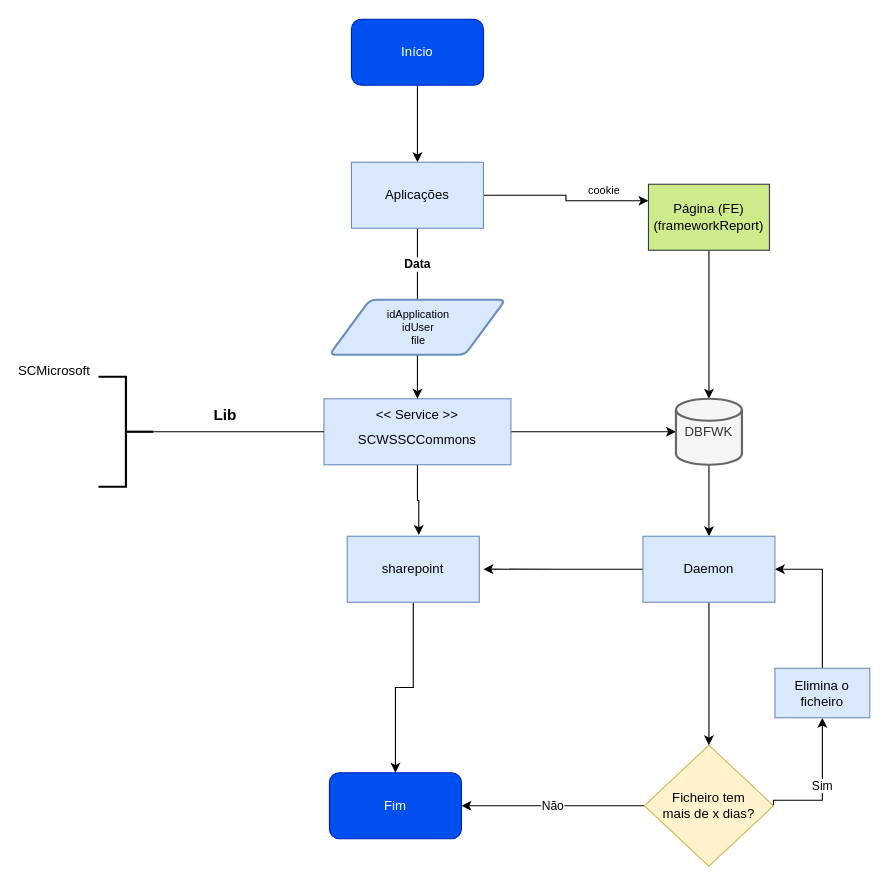
Before: page "Processo Daemon" (3 of 3) of Diagrama sem nome.drawio in deviniciuss/AndroidHistory, a draw.io diagram. Source tidied: cells renumbered, new cells numbered last; positions are measured from the earlier drawing's top-left corner, leaving out a move shared by most shapes. Both pictures are drawn from the tidied source at 110%, with x=0, y=0 at pixel (21, 19).
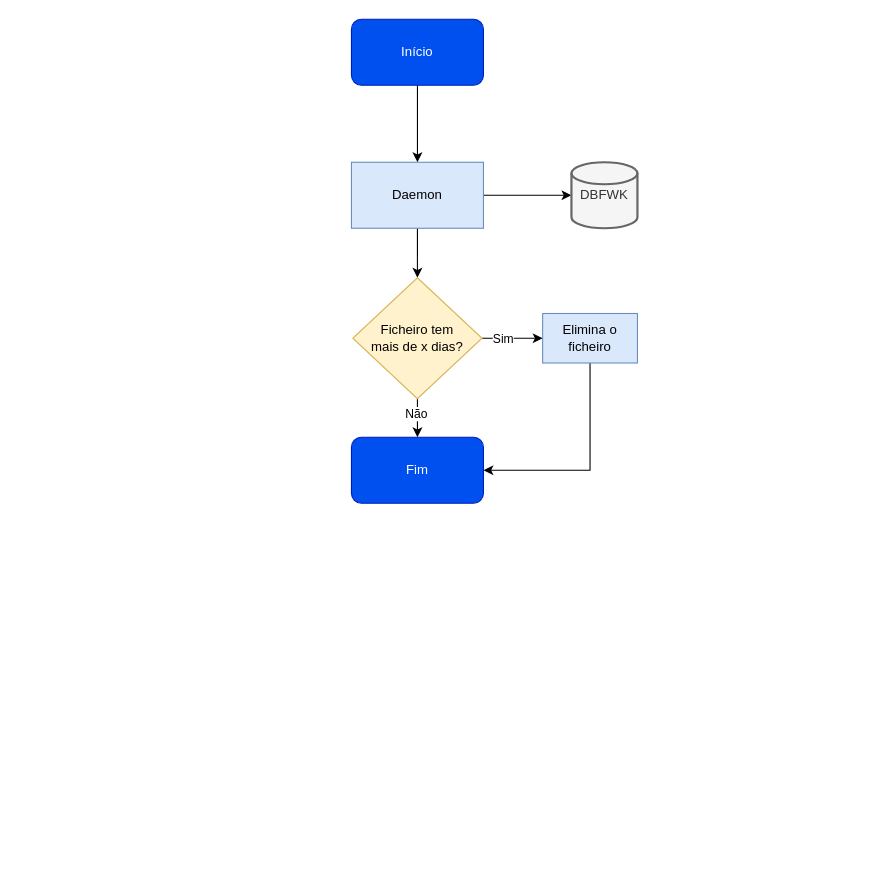
The same diagram, later.

The edit, as a diff of the source:
```diff
@@
-    <mxCell id="4" style="edgeStyle=orthogonalEdgeStyle;rounded=0;jettySize=auto;html=1;exitX=1;exitY=0.5;exitDx=0;exitDy=0;entryX=0;entryY=0.25;entryDx=0;entryDy=0;" parent="1" edge="1" source="6" target="14">
-      <mxGeometry relative="1" as="geometry" />
-    </mxCell>
-    <mxCell id="5" value="&lt;b&gt;Data&lt;/b&gt;" style="edgeStyle=orthogonalEdgeStyle;rounded=0;jettySize=auto;html=1;exitX=0.5;exitY=1;exitDx=0;exitDy=0;entryX=0.5;entryY=0;entryDx=0;entryDy=0;endArrow=none;endFill=0;" parent="1" edge="1" source="6" target="11">
-      <mxGeometry relative="1" as="geometry" />
-    </mxCell>
+    <mxCell id="34" style="edgeStyle=orthogonalEdgeStyle;rounded=0;jettySize=auto;html=1;exitX=0.5;exitY=1;exitDx=0;exitDy=0;entryX=0.5;entryY=0;entryDx=0;entryDy=0;" parent="1" edge="1" source="6" target="25">
+      <mxGeometry relative="1" as="geometry" />
+    </mxCell>
+    <mxCell id="35" style="edgeStyle=orthogonalEdgeStyle;rounded=0;jettySize=auto;html=1;exitX=1;exitY=0.5;exitDx=0;exitDy=0;entryX=0;entryY=0.5;entryDx=0;entryDy=0;entryPerimeter=0;" parent="1" edge="1" source="6" target="18">
+      <mxGeometry relative="1" as="geometry" />
+    </mxCell>
-    <mxCell id="6" value="Aplicações&lt;br&gt;" style="rounded=0;whiteSpace=wrap;html=1;fillColor=#dae8fc;strokeColor=#6c8ebf;" parent="1" vertex="1">
+    <mxCell id="6" value="Daemon" style="rounded=0;whiteSpace=wrap;html=1;fillColor=#dae8fc;strokeColor=#6c8ebf;" parent="1" vertex="1">
       <mxGeometry x="300" y="130" width="120" height="60" as="geometry" />
     </mxCell>
-    <mxCell id="7" style="edgeStyle=orthogonalEdgeStyle;rounded=0;jettySize=auto;html=1;exitX=0.5;exitY=1;exitDx=0;exitDy=0;entryX=0.542;entryY=-0.019;entryDx=0;entryDy=0;entryPerimeter=0;" parent="1" edge="1" source="9" target="33">
-      <mxGeometry relative="1" as="geometry" />
-    </mxCell>
-    <mxCell id="8" style="edgeStyle=orthogonalEdgeStyle;rounded=0;jettySize=auto;html=1;exitX=1;exitY=0.5;exitDx=0;exitDy=0;entryX=0;entryY=0.5;entryDx=0;entryDy=0;entryPerimeter=0;" parent="1" edge="1" source="9" target="18">
-      <mxGeometry relative="1" as="geometry" />
-    </mxCell>
-    <mxCell id="9" value="&lt;br&gt;SCWSSCCommons&lt;br&gt;" style="rounded=0;whiteSpace=wrap;html=1;fillColor=#dae8fc;strokeColor=#6c8ebf;" parent="1" vertex="1">
-      <mxGeometry x="275" y="345" width="170" height="60" as="geometry" />
-    </mxCell>
-    <mxCell id="10" style="edgeStyle=orthogonalEdgeStyle;rounded=0;jettySize=auto;html=1;exitX=0.5;exitY=1;exitDx=0;exitDy=0;entryX=0.5;entryY=0;entryDx=0;entryDy=0;" parent="1" edge="1" source="11" target="12">
-      <mxGeometry relative="1" as="geometry" />
-    </mxCell>
-    <mxCell id="11" style="shape=parallelogram;html=1;strokeWidth=2;perimeter=parallelogramPerimeter;whiteSpace=wrap;rounded=1;arcSize=12;size=0.23;fillColor=#dae8fc;strokeColor=#6c8ebf;" parent="1" vertex="1">
-      <mxGeometry x="280" y="255" width="160" height="50" as="geometry" />
-    </mxCell>
-    <mxCell id="12" value="&amp;lt;&amp;lt; Service &amp;gt;&amp;gt;" style="text;html=1;strokeColor=none;fillColor=none;align=center;verticalAlign=middle;whiteSpace=wrap;rounded=0;" parent="1" vertex="1">
-      <mxGeometry x="320" y="345" width="80" height="30" as="geometry" />
-    </mxCell>
-    <mxCell id="13" style="edgeStyle=orthogonalEdgeStyle;rounded=0;jettySize=auto;html=1;entryX=0.5;entryY=0;entryDx=0;entryDy=0;entryPerimeter=0;" parent="1" edge="1" source="14" target="18">
-      <mxGeometry relative="1" as="geometry" />
-    </mxCell>
-    <mxCell id="14" value="Página (FE)&lt;br&gt;(frameworkReport)" style="rounded=0;whiteSpace=wrap;html=1;fillColor=#cdeb8b;strokeColor=#36393d;" parent="1" vertex="1">
-      <mxGeometry x="570" y="150" width="110" height="60" as="geometry" />
-    </mxCell>
-    <mxCell id="15" value="idApplication&lt;br style=&quot;font-size: 10px;&quot;&gt;idUser&lt;br style=&quot;font-size: 10px;&quot;&gt;file&lt;br&gt;" style="text;html=1;align=center;verticalAlign=middle;whiteSpace=wrap;rounded=0;fontSize=10;" parent="1" vertex="1">
-      <mxGeometry x="296.2" y="265" width="130" height="30" as="geometry" />
-    </mxCell>
-    <mxCell id="16" value="&lt;font style=&quot;font-size: 10px;&quot;&gt;cookie&lt;/font&gt;" style="text;html=1;strokeColor=none;fillColor=none;align=center;verticalAlign=middle;whiteSpace=wrap;rounded=0;" parent="1" vertex="1">
-      <mxGeometry x="500" y="140" width="60" height="30" as="geometry" />
-    </mxCell>
-    <mxCell id="17" style="edgeStyle=orthogonalEdgeStyle;rounded=0;jettySize=auto;html=1;" parent="1" edge="1" source="18" target="31">
-      <mxGeometry relative="1" as="geometry" />
-    </mxCell>
     <mxCell id="18" value="DBFWK" style="strokeWidth=2;html=1;shape=mxgraph.flowchart.database;whiteSpace=wrap;fillColor=#f5f5f5;fontColor=#333333;strokeColor=#666666;" parent="1" vertex="1">
-      <mxGeometry x="595" y="345" width="60" height="60" as="geometry" />
+      <mxGeometry x="500" y="130" width="60" height="60" as="geometry" />
     </mxCell>
-    <mxCell id="19" style="edgeStyle=orthogonalEdgeStyle;rounded=0;jettySize=auto;html=1;exitX=0;exitY=0.5;exitDx=0;exitDy=0;exitPerimeter=0;endArrow=none;endFill=0;entryX=0;entryY=0.5;entryDx=0;entryDy=0;" parent="1" edge="1" source="20" target="9">
-      <mxGeometry relative="1" as="geometry">
-        <Array as="points">
-          <mxPoint x="120" y="375" />
-        </Array>
-      </mxGeometry>
-    </mxCell>
-    <mxCell id="20" style="strokeWidth=2;html=1;shape=mxgraph.flowchart.annotation_2;align=left;labelPosition=right;direction=west;" parent="1" vertex="1">
-      <mxGeometry x="70" y="325" width="50" height="100" as="geometry" />
-    </mxCell>
-    <mxCell id="21" value="&lt;h1 style=&quot;font-size: 14px;&quot;&gt;&lt;font style=&quot;font-size: 14px;&quot;&gt;Lib&lt;/font&gt;&lt;/h1&gt;" style="text;html=1;strokeColor=none;fillColor=none;spacing=5;spacingTop=-20;whiteSpace=wrap;overflow=hidden;rounded=0;fontSize=14;" parent="1" vertex="1">
-      <mxGeometry x="170" y="352.5" width="40" height="15" as="geometry" />
-    </mxCell>
-    <mxCell id="22" value="SCMicrosoft" style="text;html=1;strokeColor=none;fillColor=none;align=center;verticalAlign=middle;whiteSpace=wrap;rounded=0;" parent="1" vertex="1">
-      <mxGeometry y="305" width="60" height="30" as="geometry" />
-    </mxCell>
+    <mxCell id="28" value="Fim&lt;br&gt;" style="rounded=1;whiteSpace=wrap;html=1;fillColor=#0050ef;fontColor=#ffffff;strokeColor=#001DBC;" parent="1" vertex="1">
+      <mxGeometry x="300" y="380" width="120" height="60" as="geometry" />
+    </mxCell>
+    <mxCell id="36" style="edgeStyle=orthogonalEdgeStyle;rounded=0;jettySize=auto;html=1;exitX=1;exitY=0.5;exitDx=0;exitDy=0;entryX=0;entryY=0.5;entryDx=0;entryDy=0;" parent="1" edge="1" source="25" target="27">
+      <mxGeometry relative="1" as="geometry" />
+    </mxCell>
-    <mxCell id="23" value="Sim" style="edgeStyle=orthogonalEdgeStyle;rounded=0;jettySize=auto;html=1;exitX=1;exitY=0.5;exitDx=0;exitDy=0;entryX=0.5;entryY=1;entryDx=0;entryDy=0;" parent="1" edge="1" source="25" target="27">
-      <mxGeometry relative="1" as="geometry">
-        <Array as="points">
-          <mxPoint x="684" y="710" />
-          <mxPoint x="728" y="710" />
-        </Array>
-      </mxGeometry>
+    <mxCell id="23" value="Sim" style="edgeLabel;html=1;align=center;verticalAlign=middle;" parent="36" vertex="1">
+      <mxGeometry x="-0.3" relative="1" as="geometry" />
     </mxCell>
+    <mxCell id="37" style="edgeStyle=orthogonalEdgeStyle;rounded=0;jettySize=auto;html=1;exitX=0.5;exitY=1;exitDx=0;exitDy=0;entryX=0.5;entryY=0;entryDx=0;entryDy=0;" parent="1" edge="1" source="25" target="28">
+      <mxGeometry relative="1" as="geometry" />
+    </mxCell>
-    <mxCell id="24" value="Não" style="edgeStyle=orthogonalEdgeStyle;rounded=0;jettySize=auto;html=1;exitX=0;exitY=0.5;exitDx=0;exitDy=0;entryX=1;entryY=0.5;entryDx=0;entryDy=0;" parent="1" edge="1" source="25" target="28">
-      <mxGeometry relative="1" as="geometry" />
+    <mxCell id="24" value="Não" style="edgeLabel;html=1;align=center;verticalAlign=middle;" parent="37" vertex="1">
+      <mxGeometry x="-0.26" y="-1" relative="1" as="geometry" />
     </mxCell>
     <mxCell id="25" value="Ficheiro tem &lt;br&gt;mais de x dias?" style="rhombus;whiteSpace=wrap;html=1;fillColor=#fff2cc;strokeColor=#d6b656;" parent="1" vertex="1">
-      <mxGeometry x="566.2" y="660" width="117.5" height="110" as="geometry" />
+      <mxGeometry x="301.2" y="235" width="117.5" height="110" as="geometry" />
     </mxCell>
-    <mxCell id="26" style="edgeStyle=orthogonalEdgeStyle;rounded=0;jettySize=auto;html=1;exitX=0.5;exitY=0;exitDx=0;exitDy=0;entryX=1;entryY=0.5;entryDx=0;entryDy=0;" parent="1" edge="1" source="27" target="31">
-      <mxGeometry relative="1" as="geometry" />
-    </mxCell>
+    <mxCell id="38" style="edgeStyle=orthogonalEdgeStyle;rounded=0;jettySize=auto;html=1;exitX=0.5;exitY=1;exitDx=0;exitDy=0;entryX=1;entryY=0.5;entryDx=0;entryDy=0;" parent="1" edge="1" source="27" target="28">
+      <mxGeometry relative="1" as="geometry" />
+    </mxCell>
     <mxCell id="27" value="Elimina o ficheiro" style="rounded=0;whiteSpace=wrap;html=1;fillColor=#dae8fc;strokeColor=#6c8ebf;" parent="1" vertex="1">
-      <mxGeometry x="685" y="590" width="86.2" height="45" as="geometry" />
+      <mxGeometry x="473.8" y="267.5" width="86.2" height="45" as="geometry" />
     </mxCell>
-    <mxCell id="28" value="Fim&lt;br&gt;" style="rounded=1;whiteSpace=wrap;html=1;fillColor=#0050ef;fontColor=#ffffff;strokeColor=#001DBC;" parent="1" vertex="1">
-      <mxGeometry x="280" y="685" width="120" height="60" as="geometry" />
-    </mxCell>
-    <mxCell id="29" style="edgeStyle=orthogonalEdgeStyle;rounded=0;jettySize=auto;html=1;exitX=0;exitY=0.5;exitDx=0;exitDy=0;" parent="1" edge="1" source="31">
-      <mxGeometry relative="1" as="geometry">
-        <mxPoint x="420" y="499.9" as="targetPoint" />
-      </mxGeometry>
-    </mxCell>
-    <mxCell id="30" style="edgeStyle=orthogonalEdgeStyle;rounded=0;jettySize=auto;html=1;exitX=0.5;exitY=1;exitDx=0;exitDy=0;entryX=0.5;entryY=0;entryDx=0;entryDy=0;" parent="1" edge="1" source="31" target="25">
-      <mxGeometry relative="1" as="geometry">
-        <Array as="points">
-          <mxPoint x="625" y="645" />
-        </Array>
-      </mxGeometry>
-    </mxCell>
-    <mxCell id="31" value="Daemon" style="rounded=0;whiteSpace=wrap;html=1;fillColor=#dae8fc;strokeColor=#6c8ebf;" parent="1" vertex="1">
-      <mxGeometry x="565" y="470" width="120" height="60" as="geometry" />
-    </mxCell>
-    <mxCell id="32" style="edgeStyle=orthogonalEdgeStyle;rounded=0;jettySize=auto;html=1;exitX=0.5;exitY=1;exitDx=0;exitDy=0;" parent="1" edge="1" source="33" target="28">
-      <mxGeometry relative="1" as="geometry" />
-    </mxCell>
-    <mxCell id="33" value="sharepoint" style="rounded=0;whiteSpace=wrap;html=1;fillColor=#dae8fc;strokeColor=#6c8ebf;" parent="1" vertex="1">
-      <mxGeometry x="296.2" y="470" width="120" height="60" as="geometry" />
-    </mxCell>
```
